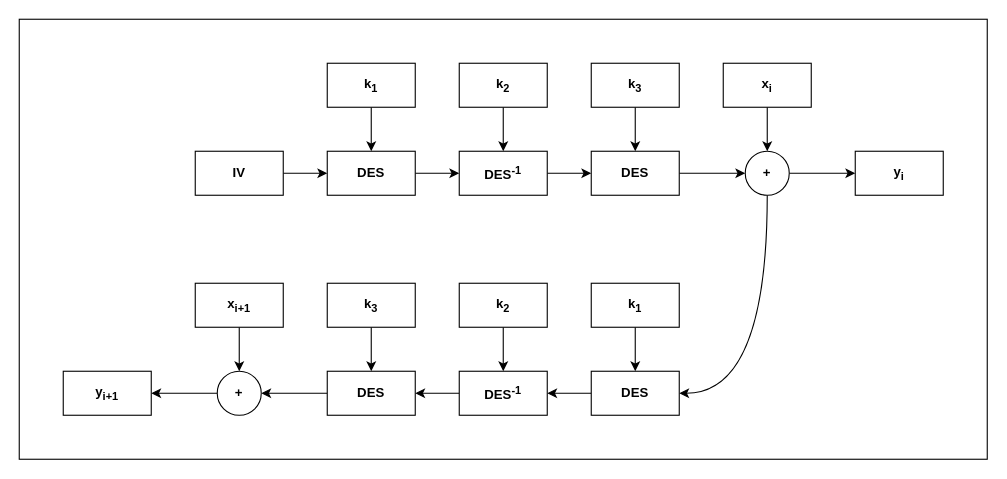
Earlier version of the draw.io diagram img/.drawio/3ofb-e.drawio (AlbertoSpinella/des-3des-js). Source tidied: cells renumbered, new cells numbered last; positions are measured from the earlier drawing's top-left corner, leaving out a move shared by most shapes. Both pictures are drawn from the tidied source at 110%, with x=0, y=0 at pixel (19, 19).
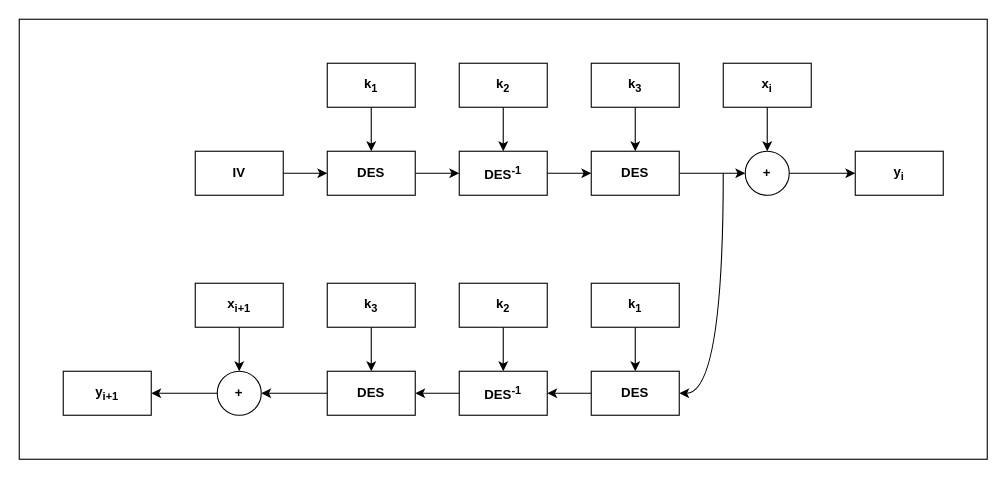
After the change.

Unchanged cells that the change refers to:
```xml
<mxCell id="22" value="+" style="ellipse;whiteSpace=wrap;html=1;fontStyle=1;" parent="1" vertex="1">
  <mxGeometry x="660" y="120" width="40" height="40" as="geometry" />
</mxCell>
<mxCell id="24" value="DES" style="rounded=0;whiteSpace=wrap;html=1;fontStyle=1;" parent="1" vertex="1">
  <mxGeometry x="520" y="320" width="80" height="40" as="geometry" />
</mxCell>
```

Diff of the diagram source:
```diff
@@
-    <mxCell id="21" style="edgeStyle=orthogonalEdgeStyle;rounded=0;jettySize=auto;html=1;entryX=1;entryY=0.5;entryDx=0;entryDy=0;curved=1;exitX=0.5;exitY=1;exitDx=0;exitDy=0;fontStyle=1;" parent="1" edge="1" source="22" target="24">
-      <mxGeometry relative="1" as="geometry" />
+    <mxCell id="21" style="edgeStyle=orthogonalEdgeStyle;rounded=0;jettySize=auto;html=1;entryX=1;entryY=0.5;entryDx=0;entryDy=0;curved=1;fontStyle=1;" parent="1" edge="1" target="24">
+      <mxGeometry relative="1" as="geometry">
+        <mxPoint x="640" y="140" as="sourcePoint" />
+        <Array as="points">
+          <mxPoint x="640" y="340" />
+        </Array>
+      </mxGeometry>
     </mxCell>
```
